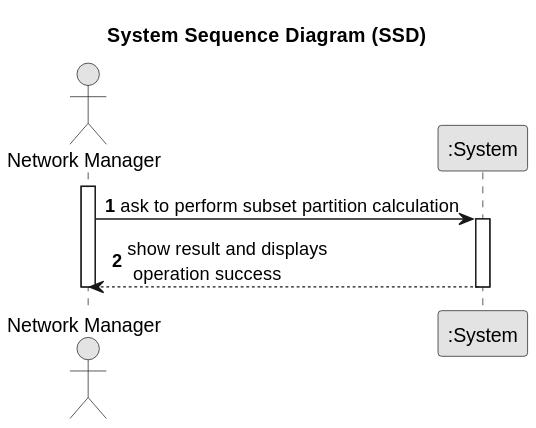
Earlier version of the PlantUML export lei-22-s2-1do-g68/docs/SprintD/us019/01.requirements-engineering/svg/us019-SystemSequenceDiagram.svg (hugosilva2901/lei-22-s2-1DO-g68). Its diagram source:
```plantuml
@startuml
skinparam monochrome true
skinparam packageStyle rectangle
skinparam shadowing false

title System Sequence Diagram (SSD)

autonumber

actor "Network Manager" as Employee
participant ":System" as System

activate Employee

    Employee -> System : ask to perform subset partition calculation
    activate System

    System --> Employee : show result and displays\n operation success
    deactivate System
deactivate Employee
@enduml
```
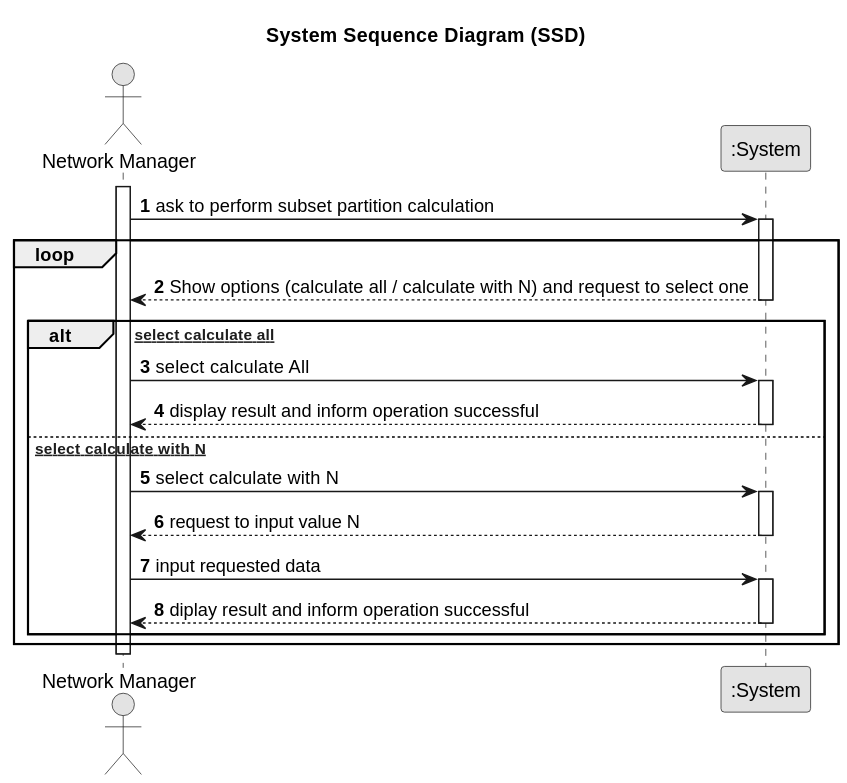
After the change.

What changed in the source:
```diff
@@ -14,8 +14,24 @@
 
     Employee -> System : ask to perform subset partition calculation
     activate System
-
-    System --> Employee : show result and displays\n operation success
+    loop
+    System --> Employee : Show options (calculate all / calculate with N) and request to select one
     deactivate System
+    alt [Employee select calculate all]
+    Employee -> System : select calculate All
+    activate System
+    System --> Employee : display result and inform operation successful
+    deactivate System
+    else [Employee select calculate with N]
+    Employee -> System : select calculate with N
+    activate System
+    System --> Employee : request to input value N
+    deactivate System
+    Employee -> System : input requested data
+    activate System
+    System -->Employee : diplay result and inform operation successful
+    deactivate System
+    end
+    end
 deactivate Employee
 @enduml
```
